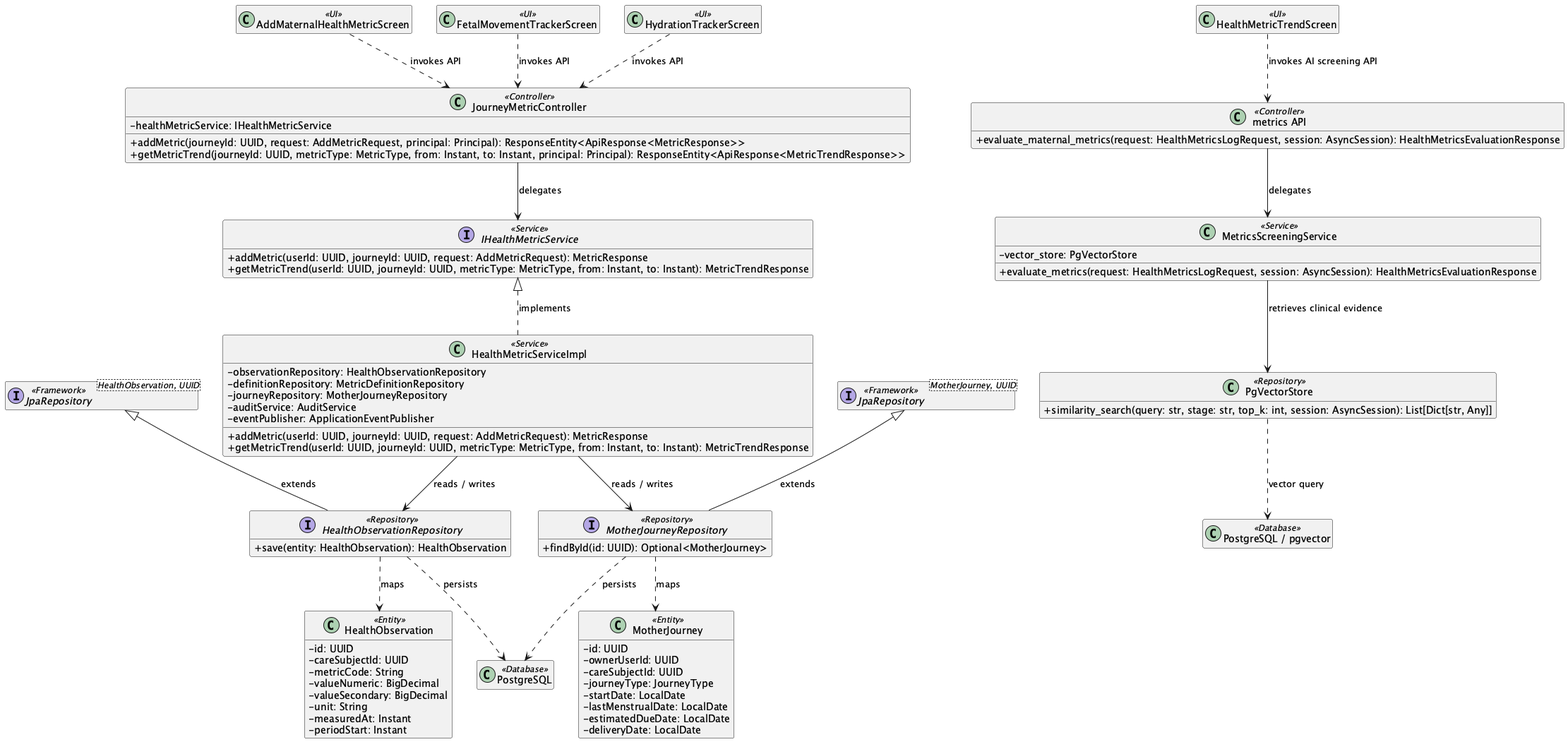
The PlantUML diagram 03_Design/Detailed_Design/MF02_Mother_Care_Journey/images/02_Maternal_Metrics_Fetal_Movement_Hydration_and_AI_Screening_ClassDiagram.png in ChuongBDHE172784/CareBridge_SEP490_G79, before a commit.
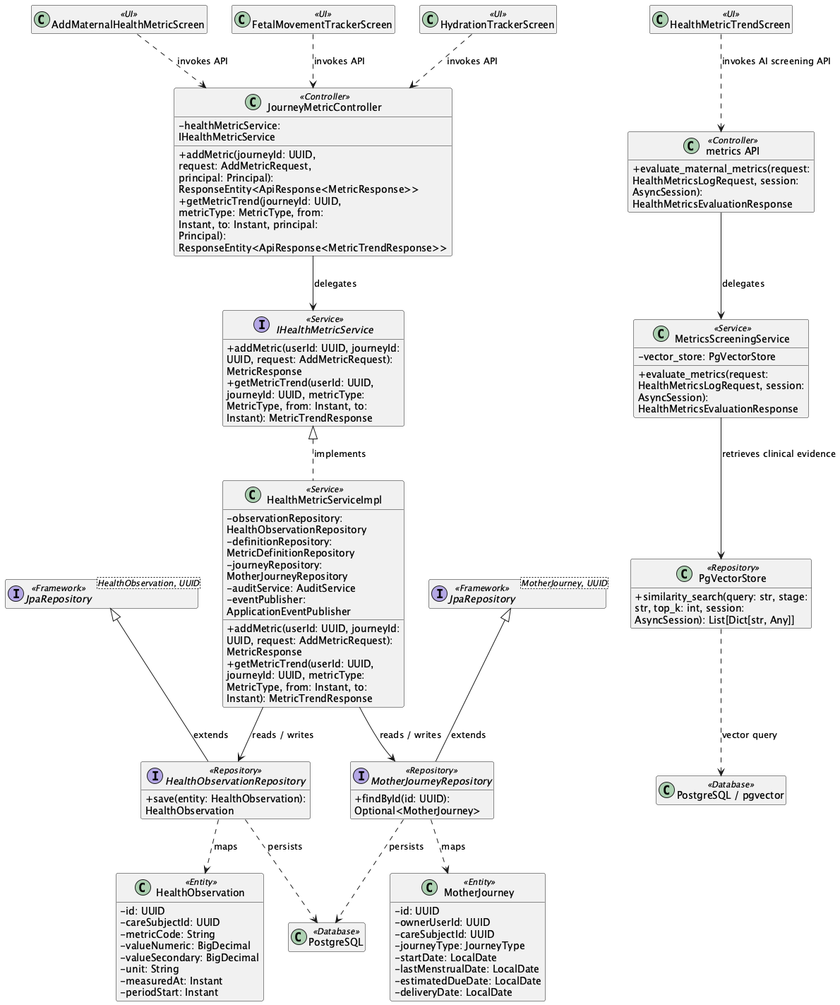
After the change.

The edit, as a diff of the source:
```diff
@@ -1,5 +1,6 @@
-@startuml
+@startuml ClassDiagram_02MaternalMetricsFetalMovementHydrationandAIScreening
 skinparam classAttributeIconSize 0
+skinparam wrapWidth 250
 hide empty members
 
 class "AddMaternalHealthMetricScreen" as UIAddMaternalHealthMetricScreen <<UI>>
```
